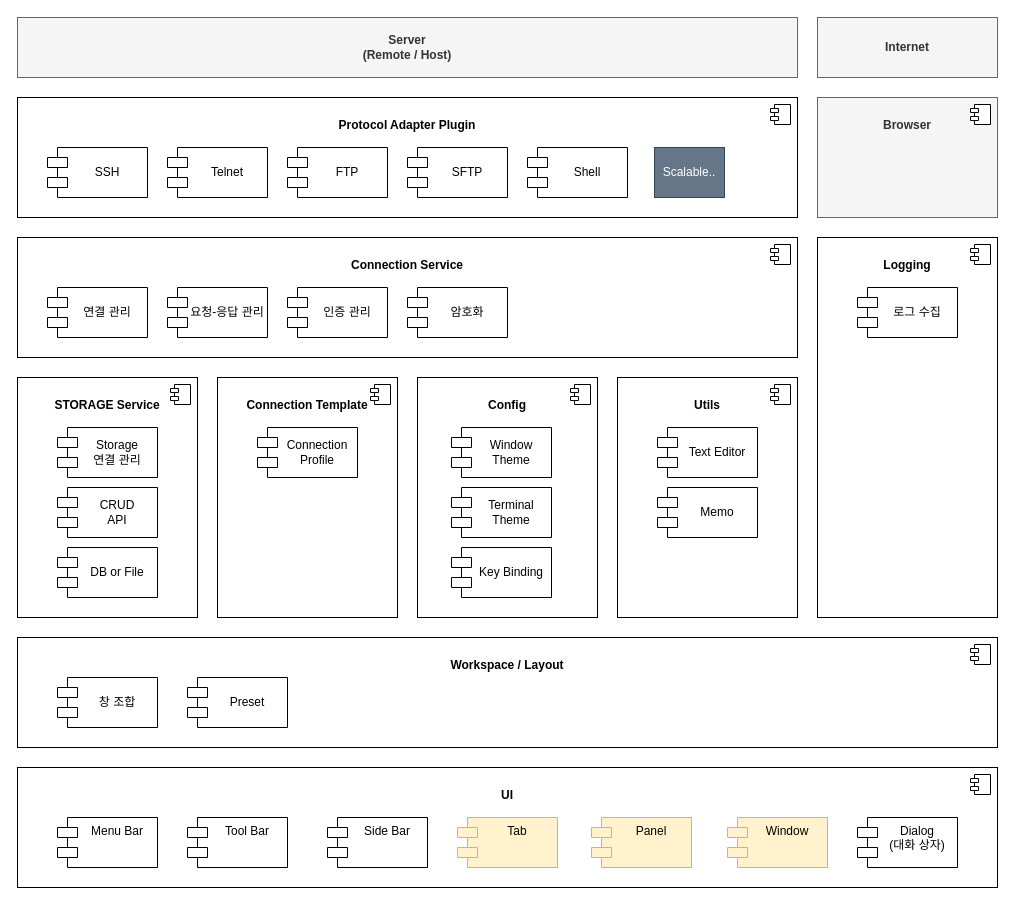
Before: DOC/02_design/01_component_architecture.drawio in whdrns2013/DATerm, a draw.io diagram. Source tidied: cells renumbered, new cells numbered last; positions are measured from the earlier drawing's top-left corner, leaving out a move shared by most shapes. Both pictures are drawn from the tidied source at 100%, with x=0, y=0 at pixel (17, 17).
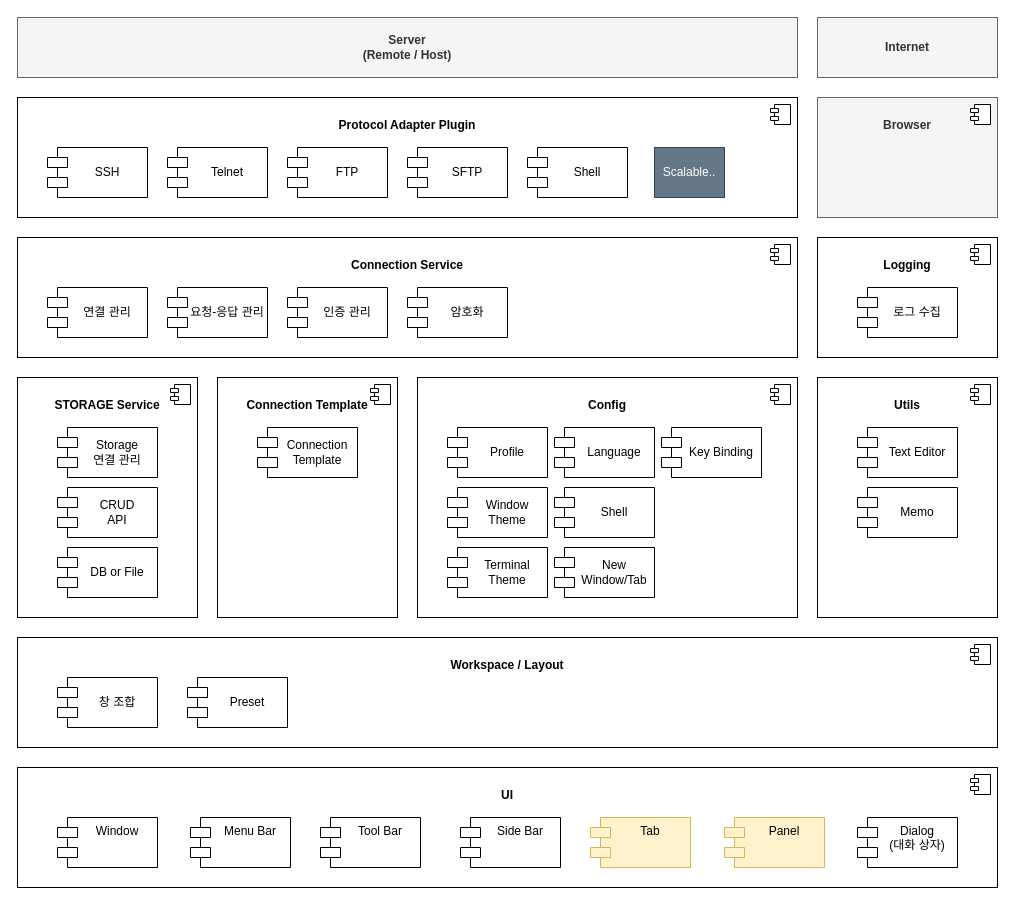
After the change.

What changed in the source:
```diff
@@
     <mxCell id="9" value="Tab" style="shape=module;align=left;spacingLeft=20;align=center;verticalAlign=top;whiteSpace=wrap;html=1;fillColor=#fff2cc;strokeColor=#d6b656;" parent="1" vertex="1">
-      <mxGeometry x="440" y="800" width="100" height="50" as="geometry" />
+      <mxGeometry x="573" y="800" width="100" height="50" as="geometry" />
     </mxCell>
@@
     <mxCell id="17" value="&lt;div&gt;&lt;b&gt;&lt;br&gt;&lt;/b&gt;&lt;/div&gt;&lt;b&gt;Config&lt;/b&gt;" style="html=1;whiteSpace=wrap;verticalAlign=top;" parent="1" vertex="1">
-      <mxGeometry x="400" y="360" width="180" height="240" as="geometry" />
+      <mxGeometry x="400" y="360" width="380" height="240" as="geometry" />
     </mxCell>
@@
     <mxCell id="19" value="Panel" style="shape=module;align=left;spacingLeft=20;align=center;verticalAlign=top;whiteSpace=wrap;html=1;fillColor=#fff2cc;strokeColor=#d6b656;" parent="1" vertex="1">
-      <mxGeometry x="574" y="800" width="100" height="50" as="geometry" />
+      <mxGeometry x="707" y="800" width="100" height="50" as="geometry" />
     </mxCell>
     <mxCell id="20" value="Menu Bar" style="shape=module;align=left;spacingLeft=20;align=center;verticalAlign=top;whiteSpace=wrap;html=1;" parent="1" vertex="1">
-      <mxGeometry x="40" y="800" width="100" height="50" as="geometry" />
+      <mxGeometry x="173" y="800" width="100" height="50" as="geometry" />
     </mxCell>
     <mxCell id="21" value="Tool Bar" style="shape=module;align=left;spacingLeft=20;align=center;verticalAlign=top;whiteSpace=wrap;html=1;" parent="1" vertex="1">
-      <mxGeometry x="170" y="800" width="100" height="50" as="geometry" />
+      <mxGeometry x="303" y="800" width="100" height="50" as="geometry" />
     </mxCell>
     <mxCell id="22" value="Side Bar" style="shape=module;align=left;spacingLeft=20;align=center;verticalAlign=top;whiteSpace=wrap;html=1;" parent="1" vertex="1">
-      <mxGeometry x="310" y="800" width="100" height="50" as="geometry" />
+      <mxGeometry x="443" y="800" width="100" height="50" as="geometry" />
     </mxCell>
@@
     <mxCell id="24" value="&lt;div&gt;&lt;b&gt;&lt;br&gt;&lt;/b&gt;&lt;/div&gt;&lt;b&gt;Utils&lt;/b&gt;" style="html=1;whiteSpace=wrap;verticalAlign=top;" parent="1" vertex="1">
-      <mxGeometry x="600" y="360" width="180" height="240" as="geometry" />
+      <mxGeometry x="800" y="360" width="180" height="240" as="geometry" />
     </mxCell>
@@
     <mxCell id="26" value="Text Editor" style="shape=module;align=center;spacingLeft=20;align=center;verticalAlign=middle;whiteSpace=wrap;html=1;" parent="1" vertex="1">
-      <mxGeometry x="640" y="410" width="100" height="50" as="geometry" />
+      <mxGeometry x="840" y="410" width="100" height="50" as="geometry" />
     </mxCell>
-    <mxCell id="27" value="Connection&lt;div&gt;Profile&lt;/div&gt;" style="shape=module;align=center;spacingLeft=20;align=center;verticalAlign=middle;whiteSpace=wrap;html=1;" parent="1" vertex="1">
+    <mxCell id="27" value="Connection&lt;div&gt;Template&lt;/div&gt;" style="shape=module;align=center;spacingLeft=20;align=center;verticalAlign=middle;whiteSpace=wrap;html=1;" parent="1" vertex="1">
       <mxGeometry x="240" y="410" width="100" height="50" as="geometry" />
     </mxCell>
-    <mxCell id="28" value="Window" style="shape=module;align=left;spacingLeft=20;align=center;verticalAlign=top;whiteSpace=wrap;html=1;fillColor=#fff2cc;strokeColor=#d6b656;" parent="1" vertex="1">
-      <mxGeometry x="710" y="800" width="100" height="50" as="geometry" />
+    <mxCell id="28" value="Window" style="shape=module;align=left;spacingLeft=20;align=center;verticalAlign=top;whiteSpace=wrap;html=1;" parent="1" vertex="1">
+      <mxGeometry x="40" y="800" width="100" height="50" as="geometry" />
     </mxCell>
@@
     <mxCell id="33" value="&lt;div&gt;Window&lt;/div&gt;Theme" style="shape=module;align=center;spacingLeft=20;align=center;verticalAlign=middle;whiteSpace=wrap;html=1;" parent="1" vertex="1">
-      <mxGeometry x="434" y="410" width="100" height="50" as="geometry" />
+      <mxGeometry x="430" y="470" width="100" height="50" as="geometry" />
     </mxCell>
@@
     <mxCell id="35" value="Terminal&lt;div&gt;Theme&lt;/div&gt;" style="shape=module;align=center;spacingLeft=20;align=center;verticalAlign=middle;whiteSpace=wrap;html=1;" parent="1" vertex="1">
-      <mxGeometry x="434" y="470" width="100" height="50" as="geometry" />
+      <mxGeometry x="430" y="530" width="100" height="50" as="geometry" />
     </mxCell>
@@
     <mxCell id="41" value="Memo" style="shape=module;align=center;spacingLeft=20;align=center;verticalAlign=middle;whiteSpace=wrap;html=1;" parent="1" vertex="1">
-      <mxGeometry x="640" y="470" width="100" height="50" as="geometry" />
+      <mxGeometry x="840" y="470" width="100" height="50" as="geometry" />
     </mxCell>
@@
-    <mxCell id="46" value="Key Binding" style="shape=module;align=center;spacingLeft=20;align=center;verticalAlign=middle;whiteSpace=wrap;html=1;" parent="1" vertex="1">
-      <mxGeometry x="434" y="530" width="100" height="50" as="geometry" />
+    <mxCell id="46" value="Language" style="shape=module;align=center;spacingLeft=20;align=center;verticalAlign=middle;whiteSpace=wrap;html=1;" parent="1" vertex="1">
+      <mxGeometry x="537" y="410" width="100" height="50" as="geometry" />
     </mxCell>
@@
     <mxCell id="50" value="&lt;div&gt;&lt;b&gt;&lt;br&gt;&lt;/b&gt;&lt;/div&gt;&lt;b&gt;Logging&lt;/b&gt;" style="html=1;whiteSpace=wrap;verticalAlign=top;" parent="1" vertex="1">
-      <mxGeometry x="800" y="220" width="180" height="380" as="geometry" />
+      <mxGeometry x="800" y="220" width="180" height="120" as="geometry" />
     </mxCell>
@@
+    <mxCell id="53" value="&lt;div&gt;Shell&lt;/div&gt;" style="shape=module;align=center;spacingLeft=20;align=center;verticalAlign=middle;whiteSpace=wrap;html=1;" parent="1" vertex="1">
+      <mxGeometry x="537" y="470" width="100" height="50" as="geometry" />
+    </mxCell>
+    <mxCell id="54" value="&lt;div&gt;New&lt;/div&gt;&lt;div&gt;Window/Tab&lt;/div&gt;" style="shape=module;align=center;spacingLeft=20;align=center;verticalAlign=middle;whiteSpace=wrap;html=1;" parent="1" vertex="1">
+      <mxGeometry x="537" y="530" width="100" height="50" as="geometry" />
+    </mxCell>
+    <mxCell id="55" value="&lt;div&gt;Profile&lt;/div&gt;" style="shape=module;align=center;spacingLeft=20;align=center;verticalAlign=middle;whiteSpace=wrap;html=1;" parent="1" vertex="1">
+      <mxGeometry x="430" y="410" width="100" height="50" as="geometry" />
+    </mxCell>
+    <mxCell id="56" value="Key Binding" style="shape=module;align=center;spacingLeft=20;align=center;verticalAlign=middle;whiteSpace=wrap;html=1;" parent="1" vertex="1">
+      <mxGeometry x="644" y="410" width="100" height="50" as="geometry" />
+    </mxCell>
```
